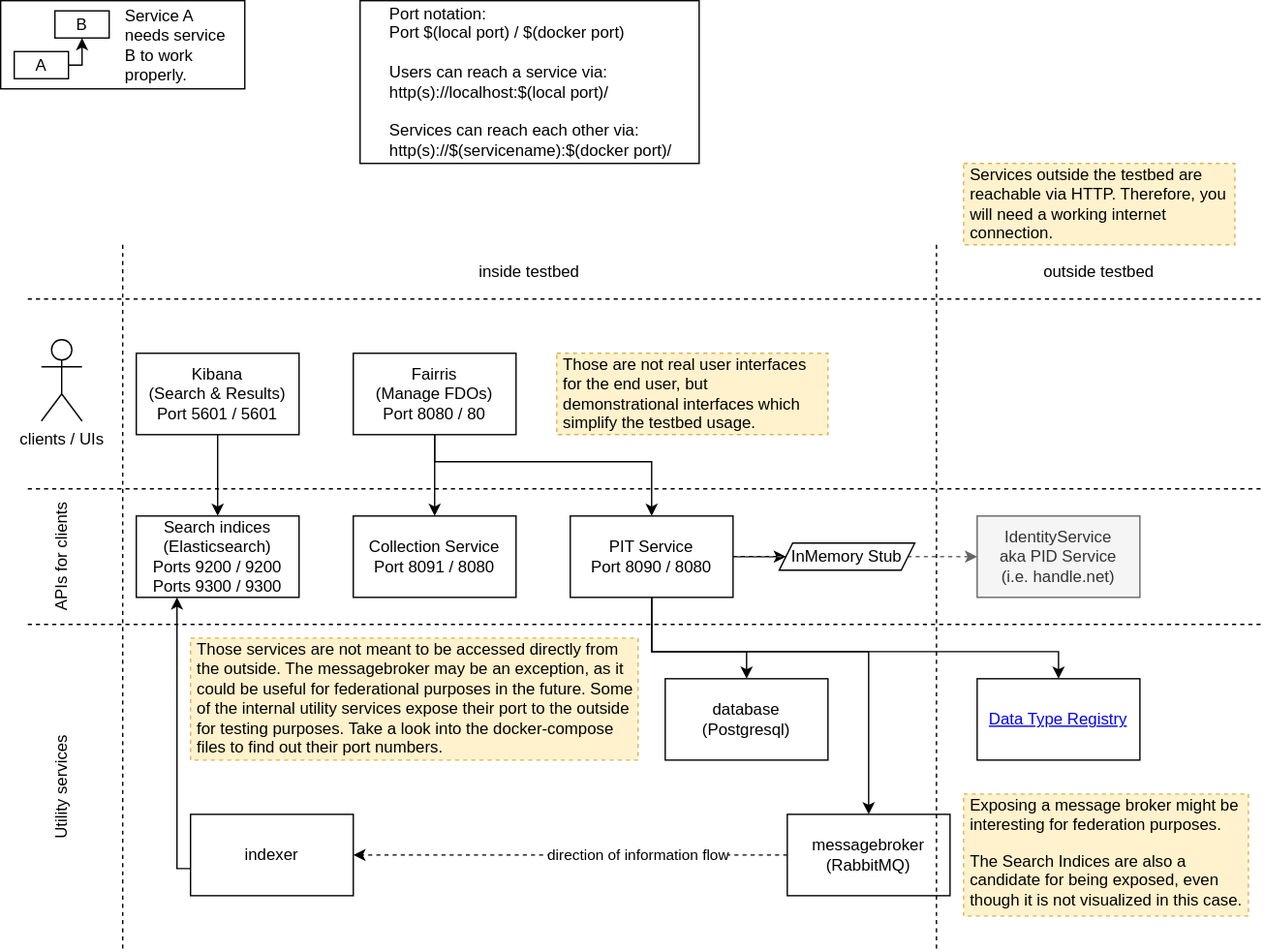
Before: documentation/images/services_overview.drawio.svg, a diagram exported from draw.io (kit-data-manager/testbed4inf). Source tidied: cells renumbered, new cells last; positions are measured from the earlier drawing's top-left corner, leaving out a move shared by most shapes.
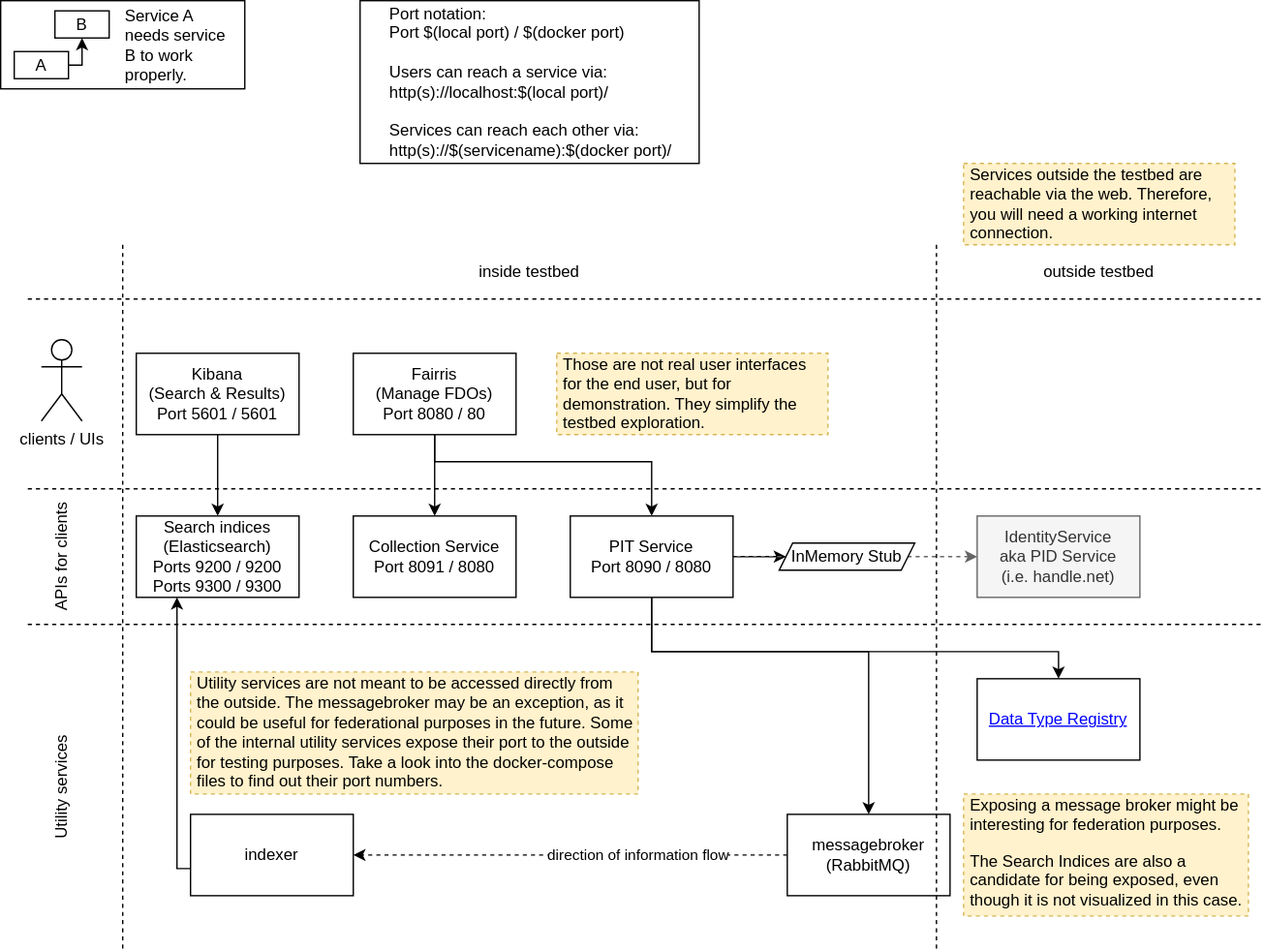
The same diagram one commit later.

What changed in the source:
```diff
@@ -20,14 +20,6 @@
         </Array>
       </mxGeometry>
     </mxCell>
-    <mxCell id="5" style="edgeStyle=orthogonalEdgeStyle;rounded=0;jettySize=auto;html=1;entryX=0.5;entryY=0;entryDx=0;entryDy=0;" parent="1" edge="1" source="8" target="14">
-      <mxGeometry relative="1" as="geometry">
-        <Array as="points">
-          <mxPoint x="480" y="480" />
-          <mxPoint x="550" y="480" />
-        </Array>
-      </mxGeometry>
-    </mxCell>
     <mxCell id="6" style="edgeStyle=orthogonalEdgeStyle;rounded=0;jettySize=auto;html=1;entryX=0.5;entryY=0;entryDx=0;entryDy=0;" parent="1" edge="1" source="8" target="27">
       <mxGeometry relative="1" as="geometry">
         <Array as="points">
@@ -62,9 +54,6 @@
     <mxCell id="13" value="messagebroker&lt;br&gt;(RabbitMQ)" style="rounded=0;whiteSpace=wrap;html=1;" parent="1" vertex="1">
       <mxGeometry x="580" y="600" width="120" height="60" as="geometry" />
     </mxCell>
-    <mxCell id="14" value="database&lt;br&gt;(Postgresql)" style="rounded=0;whiteSpace=wrap;html=1;" parent="1" vertex="1">
-      <mxGeometry x="490" y="500" width="120" height="60" as="geometry" />
-    </mxCell>
     <mxCell id="15" style="edgeStyle=orthogonalEdgeStyle;rounded=0;jettySize=auto;html=1;endArrow=none;endFill=0;startArrow=classic;startFill=1;" parent="1" edge="1" source="16" target="17">
       <mxGeometry relative="1" as="geometry" />
     </mxCell>
@@ -147,7 +136,7 @@
         </Array>
       </mxGeometry>
     </mxCell>
-    <mxCell id="37" value="&lt;p&gt;Services outside the testbed are reachable via HTTP. Therefore, you will need a working internet connection.&lt;/p&gt;" style="text;html=1;spacing=5;spacingTop=-20;whiteSpace=wrap;overflow=hidden;rounded=0;verticalAlign=top;dashed=1;strokeColor=#d6b656;fillColor=#fff2cc;" parent="1" vertex="1">
+    <mxCell id="37" value="&lt;p&gt;Services outside the testbed are reachable via the web. Therefore, you will need a working internet connection.&lt;/p&gt;" style="text;html=1;spacing=5;spacingTop=-20;whiteSpace=wrap;overflow=hidden;rounded=0;verticalAlign=top;dashed=1;strokeColor=#d6b656;fillColor=#fff2cc;" parent="1" vertex="1">
       <mxGeometry x="710" y="120" width="200" height="60" as="geometry" />
     </mxCell>
     <mxCell id="38" style="rounded=0;whiteSpace=wrap;html=1;" parent="1" vertex="1">
@@ -156,10 +145,10 @@
     <mxCell id="39" value="Port notation:&lt;br&gt;Port $(local port) / $(docker port)&lt;br&gt;&lt;br&gt;Users can reach a service via:&lt;br&gt;http(s)://localhost:$(local port)/&lt;br&gt;&lt;br&gt;Services can reach each other via:&lt;br&gt;http(s)://$(servicename):$(docker port)/" style="text;html=1;strokeColor=none;fillColor=none;align=left;verticalAlign=middle;whiteSpace=wrap;rounded=0;" parent="38" vertex="1">
       <mxGeometry x="20" y="8" width="221.4" height="104" as="geometry" />
     </mxCell>
-    <mxCell id="40" value="&lt;p&gt;Those services are not meant to be accessed directly from the outside. The messagebroker may be an exception, as it could be useful for federational purposes in the future. Some of the internal utility services expose their port to the outside for testing purposes. Take a look into the docker-compose files to find out their port numbers.&lt;/p&gt;" style="text;html=1;strokeColor=#d6b656;fillColor=#fff2cc;spacing=5;spacingTop=-20;whiteSpace=wrap;overflow=hidden;rounded=0;dashed=1;" parent="1" vertex="1">
-      <mxGeometry x="140" y="470" width="330" height="90" as="geometry" />
+    <mxCell id="40" value="&lt;p&gt;Utility services are not meant to be accessed directly from the outside. The messagebroker may be an exception, as it could be useful for federational purposes in the future. Some of the internal utility services expose their port to the outside for testing purposes. Take a look into the docker-compose files to find out their port numbers.&lt;/p&gt;" style="text;html=1;strokeColor=#d6b656;fillColor=#fff2cc;spacing=5;spacingTop=-20;whiteSpace=wrap;overflow=hidden;rounded=0;dashed=1;" parent="1" vertex="1">
+      <mxGeometry x="140" y="495" width="330" height="90" as="geometry" />
     </mxCell>
-    <mxCell id="41" value="&lt;p&gt;Those are not real user interfaces for the end user, but demonstrational interfaces which simplify the testbed usage.&lt;/p&gt;" style="text;html=1;spacing=5;spacingTop=-20;whiteSpace=wrap;overflow=hidden;rounded=0;verticalAlign=top;dashed=1;strokeColor=#d6b656;fillColor=#fff2cc;" parent="1" vertex="1">
+    <mxCell id="41" value="&lt;p&gt;Those are not real user interfaces for the end user, but for demonstration. They simplify the testbed exploration.&lt;/p&gt;" style="text;html=1;spacing=5;spacingTop=-20;whiteSpace=wrap;overflow=hidden;rounded=0;verticalAlign=top;dashed=1;strokeColor=#d6b656;fillColor=#fff2cc;" parent="1" vertex="1">
       <mxGeometry x="410" y="260" width="200" height="60" as="geometry" />
     </mxCell>
     <mxCell id="42" value="&lt;p&gt;Exposing a message broker might be interesting for federation purposes.&lt;/p&gt;&lt;p&gt;The Search Indices are also a candidate for being exposed, even though it is not visualized in this case.&lt;/p&gt;" style="text;html=1;spacing=5;spacingTop=-20;whiteSpace=wrap;overflow=hidden;rounded=0;verticalAlign=top;dashed=1;strokeColor=#d6b656;fillColor=#fff2cc;" parent="1" vertex="1">
```
